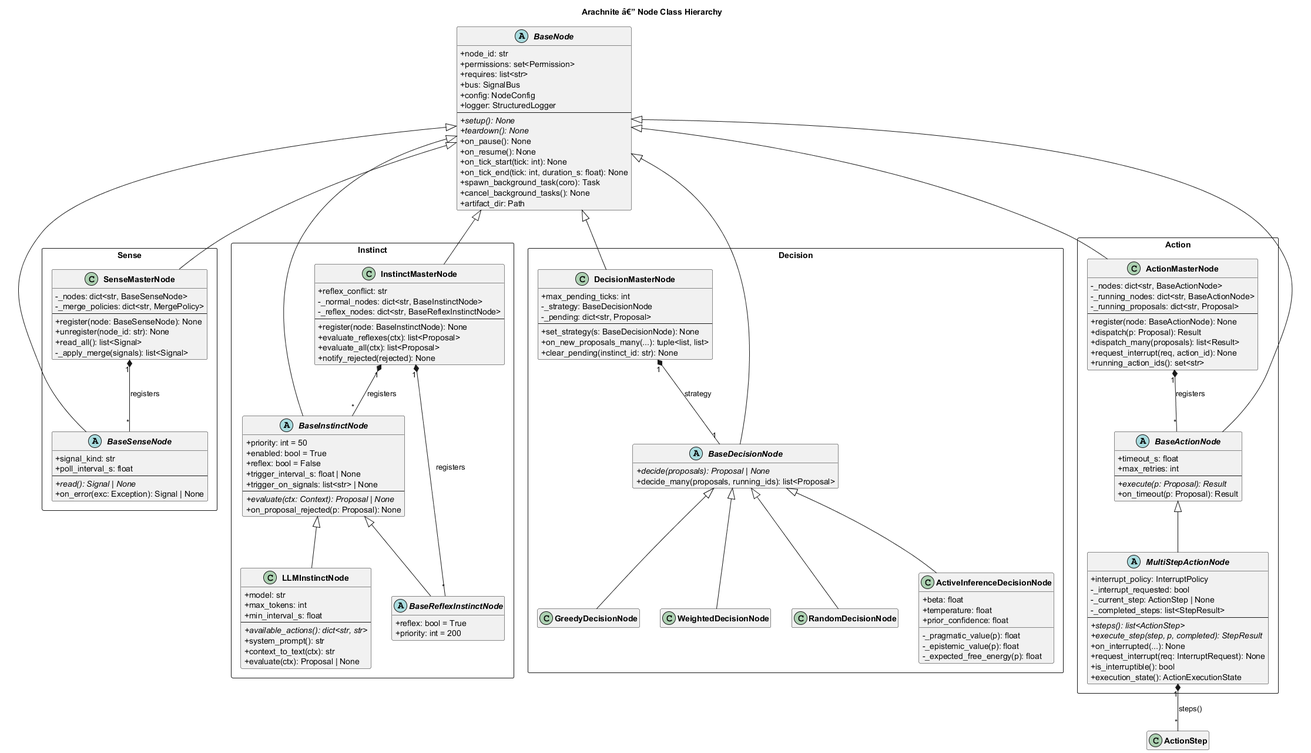
Earlier version of the PlantUML export docs/uml/node_hierarchy.png (memrecolak/arachnite-oss). Its diagram source:
```plantuml
@startuml node_hierarchy
title Arachnite â€” Node Class Hierarchy

skinparam classAttributeIconSize 0
skinparam classFontStyle bold
skinparam packageStyle rectangle
hide empty members

abstract class BaseNode {
  + node_id: str
  + permissions: set<Permission>
  + requires: list<str>
  + bus: SignalBus
  + config: NodeConfig
  + logger: StructuredLogger
  --
  + {abstract} setup(): None
  + {abstract} teardown(): None
  + on_pause(): None
  + on_resume(): None
  + on_tick_start(tick: int): None
  + on_tick_end(tick: int, duration_s: float): None
  + spawn_background_task(coro): Task
  + cancel_background_tasks(): None
  + artifact_dir: Path
}

package "Sense" <<Rectangle>> {
  abstract class BaseSenseNode {
    + signal_kind: str
    + poll_interval_s: float
    --
    + {abstract} read(): Signal | None
    + on_error(exc: Exception): Signal | None
  }

  class SenseMasterNode {
    - _nodes: dict<str, BaseSenseNode>
    - _merge_policies: dict<str, MergePolicy>
    --
    + register(node: BaseSenseNode): None
    + unregister(node_id: str): None
    + read_all(): list<Signal>
    - _apply_merge(signals): list<Signal>
  }
}

package "Instinct" <<Rectangle>> {
  abstract class BaseInstinctNode {
    + priority: int = 50
    + enabled: bool = True
    + reflex: bool = False
    + trigger_interval_s: float | None
    + trigger_on_signals: list<str> | None
    --
    + {abstract} evaluate(ctx: Context): Proposal | None
    + on_proposal_rejected(p: Proposal): None
  }

  abstract class BaseReflexInstinctNode {
    + reflex: bool = True
    + priority: int = 200
  }

  class LLMInstinctNode {
    + model: str
    + max_tokens: int
    + min_interval_s: float
    --
    + {abstract} available_actions(): dict<str, str>
    + system_prompt(): str
    + context_to_text(ctx): str
    + evaluate(ctx): Proposal | None
  }

  class InstinctMasterNode {
    + reflex_conflict: str
    - _normal_nodes: dict<str, BaseInstinctNode>
    - _reflex_nodes: dict<str, BaseReflexInstinctNode>
    --
    + register(node: BaseInstinctNode): None
    + evaluate_reflexes(ctx): list<Proposal>
    + evaluate_all(ctx): list<Proposal>
    + notify_rejected(rejected): None
  }
}

package "Decision" <<Rectangle>> {
  abstract class BaseDecisionNode {
    + {abstract} decide(proposals): Proposal | None
    + decide_many(proposals, running_ids): list<Proposal>
  }

  class GreedyDecisionNode
  class WeightedDecisionNode
  class RandomDecisionNode
  class ActiveInferenceDecisionNode {
    + beta: float
    + temperature: float
    + prior_confidence: float
    - _pragmatic_value(p): float
    - _epistemic_value(p): float
    - _expected_free_energy(p): float
  }

  class DecisionMasterNode {
    + max_pending_ticks: int
    - _strategy: BaseDecisionNode
    - _pending: dict<str, Proposal>
    --
    + set_strategy(s: BaseDecisionNode): None
    + on_new_proposals_many(...): tuple<list, list>
    + clear_pending(instinct_id: str): None
  }
}

package "Action" <<Rectangle>> {
  abstract class BaseActionNode {
    + timeout_s: float
    + max_retries: int
    --
    + {abstract} execute(p: Proposal): Result
    + on_timeout(p: Proposal): Result
  }

  abstract class MultiStepActionNode {
    + interrupt_policy: InterruptPolicy
    - _interrupt_requested: bool
    - _current_step: ActionStep | None
    - _completed_steps: list<StepResult>
    --
    + {abstract} steps(): list<ActionStep>
    + {abstract} execute_step(step, p, completed): StepResult
    + on_interrupted(...): None
    + request_interrupt(req: InterruptRequest): None
    + is_interruptible(): bool
    + execution_state(): ActionExecutionState
  }

  class ActionMasterNode {
    - _nodes: dict<str, BaseActionNode>
    - _running_nodes: dict<str, BaseActionNode>
    - _running_proposals: dict<str, Proposal>
    --
    + register(node: BaseActionNode): None
    + dispatch(p: Proposal): Result
    + dispatch_many(proposals): list<Result>
    + request_interrupt(req, action_id): None
    + running_action_ids(): set<str>
  }
}

BaseNode <|-- BaseSenseNode
BaseNode <|-- BaseInstinctNode
BaseNode <|-- BaseDecisionNode
BaseNode <|-- BaseActionNode
BaseNode <|-- SenseMasterNode
BaseNode <|-- InstinctMasterNode
BaseNode <|-- DecisionMasterNode
BaseNode <|-- ActionMasterNode

BaseInstinctNode    <|-- BaseReflexInstinctNode
BaseInstinctNode    <|-- LLMInstinctNode
BaseDecisionNode    <|-- GreedyDecisionNode
BaseDecisionNode    <|-- WeightedDecisionNode
BaseDecisionNode    <|-- RandomDecisionNode
BaseDecisionNode    <|-- ActiveInferenceDecisionNode
BaseActionNode      <|-- MultiStepActionNode

SenseMasterNode    "1" *-- "*" BaseSenseNode      : registers
InstinctMasterNode "1" *-- "*" BaseInstinctNode   : registers
InstinctMasterNode "1" *-- "*" BaseReflexInstinctNode : registers
DecisionMasterNode "1" *-- "1" BaseDecisionNode   : strategy
ActionMasterNode   "1" *-- "*" BaseActionNode     : registers
MultiStepActionNode "1" *-- "*" ActionStep        : steps()

@enduml
```
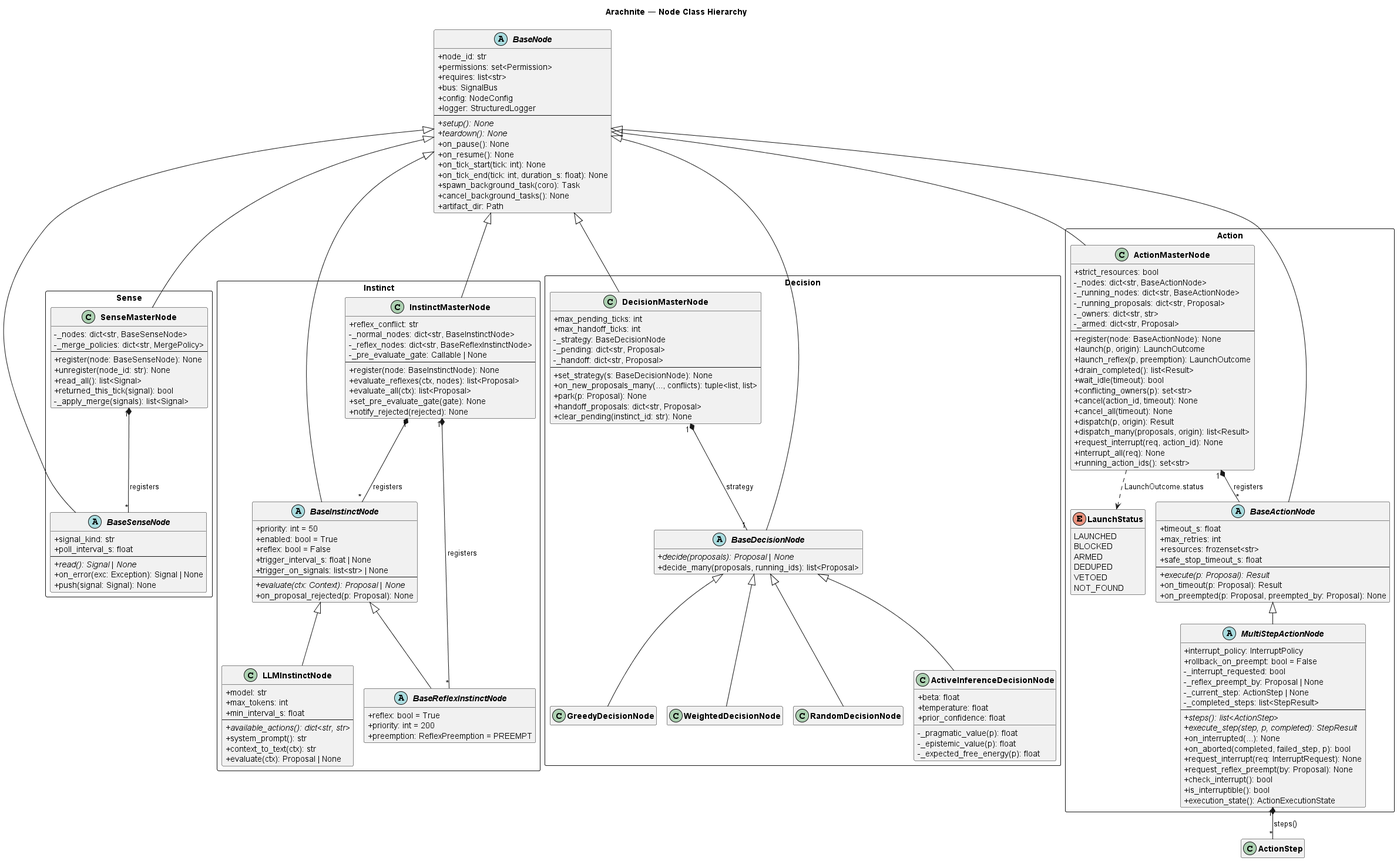
The same file after the commit.

What changed in the source:
```diff
@@ -1,5 +1,6 @@
 @startuml node_hierarchy
-title Arachnite â€” Node Class Hierarchy
+!pragma layout smetana
+title Arachnite — Node Class Hierarchy
 
 skinparam classAttributeIconSize 0
 skinparam classFontStyle bold
@@ -32,6 +33,7 @@
     --
     + {abstract} read(): Signal | None
     + on_error(exc: Exception): Signal | None
+    + push(signal: Signal): None
   }
 
   class SenseMasterNode {
@@ -41,6 +43,7 @@
     + register(node: BaseSenseNode): None
     + unregister(node_id: str): None
     + read_all(): list<Signal>
+    + returned_this_tick(signal): bool
     - _apply_merge(signals): list<Signal>
   }
 }
@@ -60,6 +63,7 @@
   abstract class BaseReflexInstinctNode {
     + reflex: bool = True
     + priority: int = 200
+    + preemption: ReflexPreemption = PREEMPT
   }
 
   class LLMInstinctNode {
@@ -77,10 +81,12 @@
     + reflex_conflict: str
     - _normal_nodes: dict<str, BaseInstinctNode>
     - _reflex_nodes: dict<str, BaseReflexInstinctNode>
+    - _pre_evaluate_gate: Callable | None
     --
     + register(node: BaseInstinctNode): None
-    + evaluate_reflexes(ctx): list<Proposal>
+    + evaluate_reflexes(ctx, nodes): list<Proposal>
     + evaluate_all(ctx): list<Proposal>
+    + set_pre_evaluate_gate(gate): None
     + notify_rejected(rejected): None
   }
 }
@@ -105,11 +111,15 @@
 
   class DecisionMasterNode {
     + max_pending_ticks: int
+    + max_handoff_ticks: int
     - _strategy: BaseDecisionNode
     - _pending: dict<str, Proposal>
+    - _handoff: dict<str, Proposal>
     --
     + set_strategy(s: BaseDecisionNode): None
-    + on_new_proposals_many(...): tuple<list, list>
+    + on_new_proposals_many(..., conflicts): tuple<list, list>
+    + park(p: Proposal): None
+    + handoff_proposals: dict<str, Proposal>
     + clear_pending(instinct_id: str): None
   }
 }
@@ -118,35 +128,63 @@
   abstract class BaseActionNode {
     + timeout_s: float
     + max_retries: int
+    + resources: frozenset<str>
+    + safe_stop_timeout_s: float
     --
     + {abstract} execute(p: Proposal): Result
     + on_timeout(p: Proposal): Result
+    + on_preempted(p: Proposal, preempted_by: Proposal): None
   }
 
   abstract class MultiStepActionNode {
     + interrupt_policy: InterruptPolicy
+    + rollback_on_preempt: bool = False
     - _interrupt_requested: bool
+    - _reflex_preempt_by: Proposal | None
     - _current_step: ActionStep | None
     - _completed_steps: list<StepResult>
     --
     + {abstract} steps(): list<ActionStep>
     + {abstract} execute_step(step, p, completed): StepResult
     + on_interrupted(...): None
+    + on_aborted(completed, failed_step, p): bool
     + request_interrupt(req: InterruptRequest): None
+    + request_reflex_preempt(by: Proposal): None
+    + check_interrupt(): bool
     + is_interruptible(): bool
     + execution_state(): ActionExecutionState
   }
 
   class ActionMasterNode {
+    + strict_resources: bool
     - _nodes: dict<str, BaseActionNode>
     - _running_nodes: dict<str, BaseActionNode>
     - _running_proposals: dict<str, Proposal>
+    - _owners: dict<str, str>
+    - _armed: dict<str, Proposal>
     --
     + register(node: BaseActionNode): None
-    + dispatch(p: Proposal): Result
-    + dispatch_many(proposals): list<Result>
+    + launch(p, origin): LaunchOutcome
+    + launch_reflex(p, preemption): LaunchOutcome
+    + drain_completed(): list<Result>
+    + wait_idle(timeout): bool
+    + conflicting_owners(p): set<str>
+    + cancel(action_id, timeout): None
+    + cancel_all(timeout): None
+    + dispatch(p, origin): Result
+    + dispatch_many(proposals, origin): list<Result>
     + request_interrupt(req, action_id): None
+    + interrupt_all(req): None
     + running_action_ids(): set<str>
+  }
+
+  enum LaunchStatus {
+    LAUNCHED
+    BLOCKED
+    ARMED
+    DEDUPED
+    VETOED
+    NOT_FOUND
   }
 }
 
@@ -173,5 +211,6 @@
 DecisionMasterNode "1" *-- "1" BaseDecisionNode   : strategy
 ActionMasterNode   "1" *-- "*" BaseActionNode     : registers
 MultiStepActionNode "1" *-- "*" ActionStep        : steps()
+ActionMasterNode    ..> LaunchStatus              : LaunchOutcome.status
 
 @enduml
```
